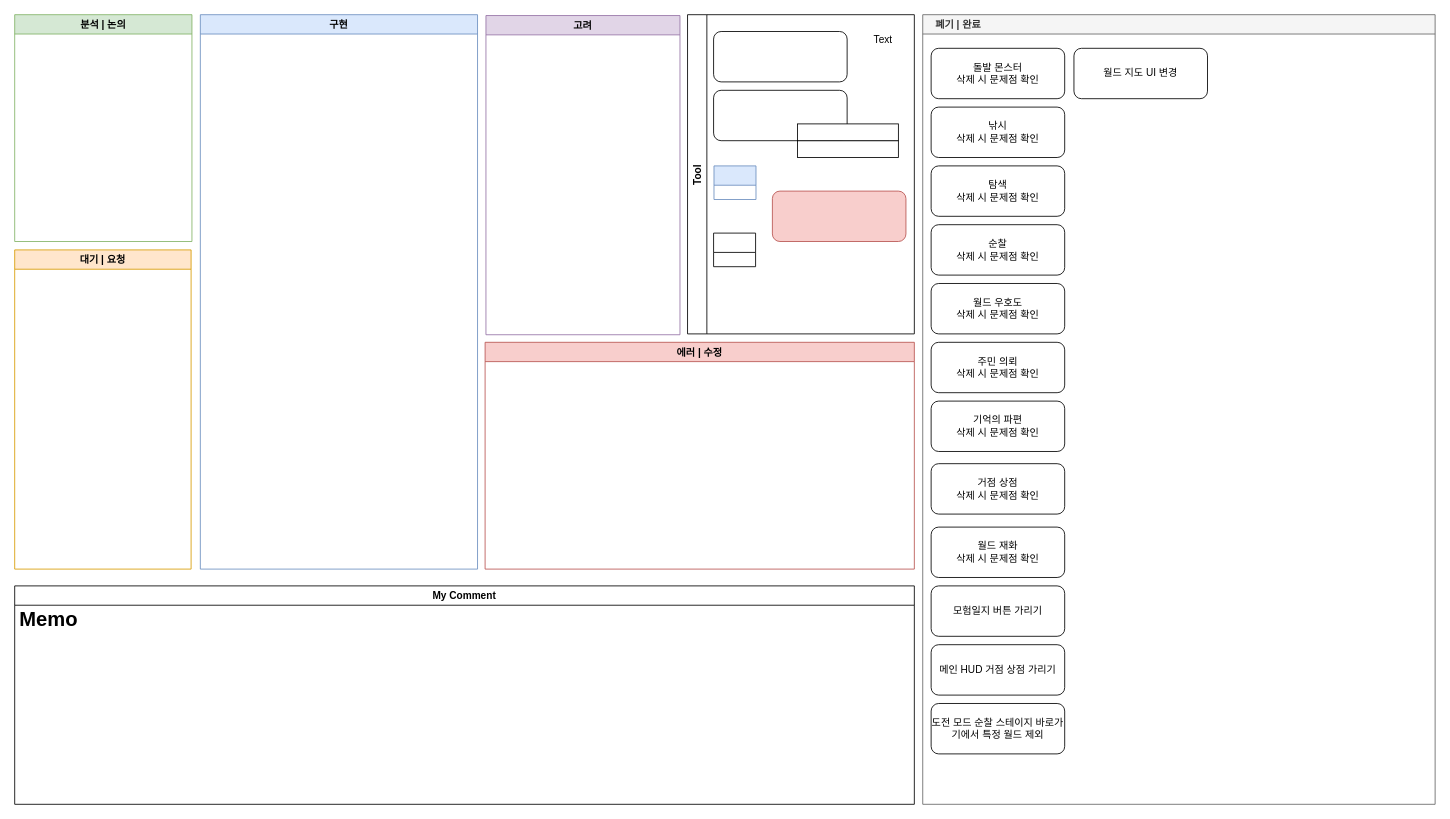
Above: 배율 낚시 기능 추가.drawio in Endorr/Job-Board (draw.io), before the change. Source tidied: cells renumbered, new cells numbered last; positions are measured from the earlier drawing's top-left corner, leaving out a move shared by most shapes. Both pictures are drawn from the tidied source at 84%, with x=0, y=0 at pixel (14, 14).
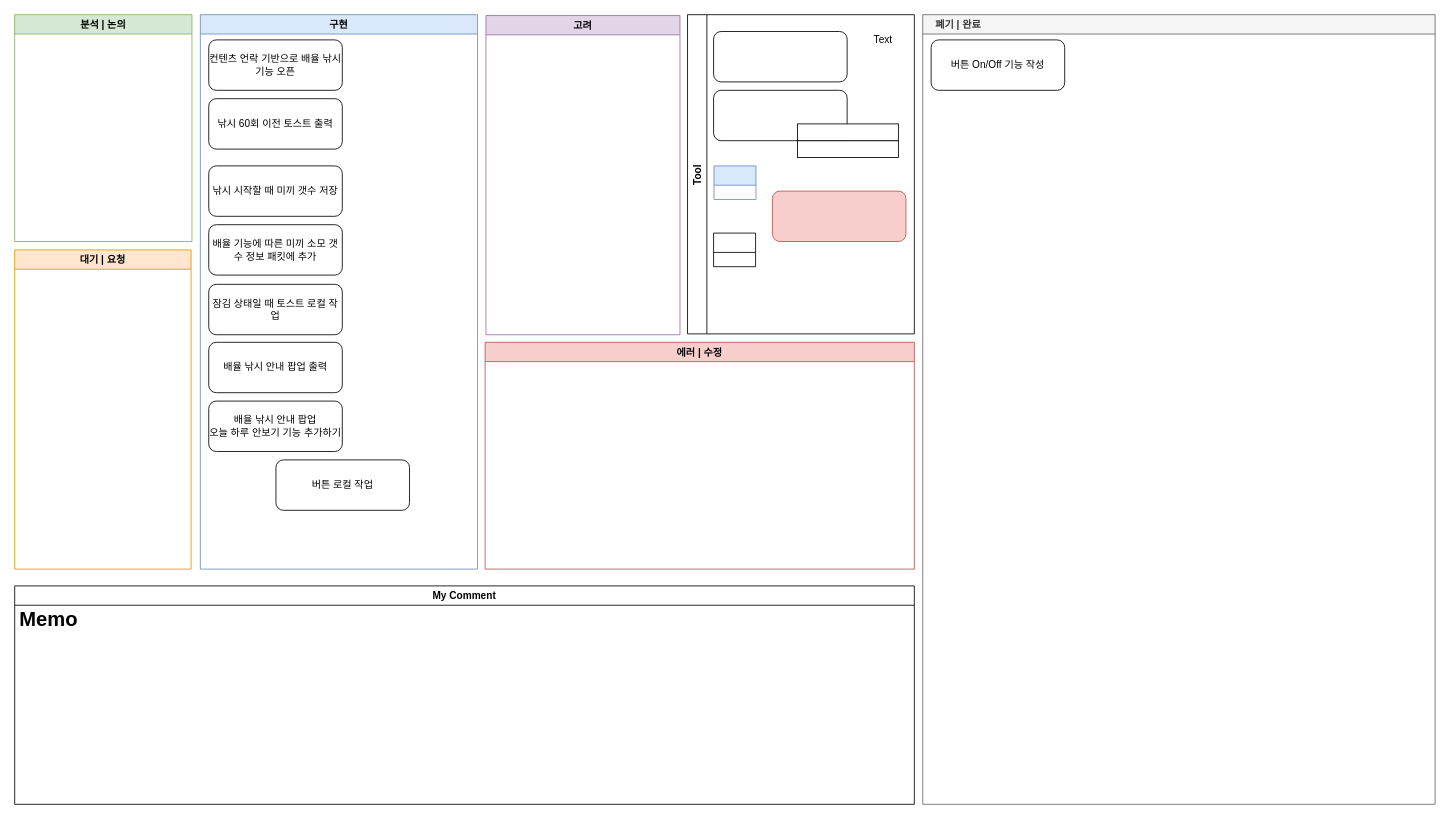
After the change.

Commit message:
배율 낚시 기능 추가.drawio 업데이트

The change refers to these unchanged cells:
```xml
<mxCell id="2" value="구현" style="swimlane;fillColor=#dae8fc;strokeColor=#6c8ebf;" parent="1" vertex="1">
  <mxGeometry x="221" width="330" height="660" as="geometry" />
</mxCell>
<mxCell id="7" value="    폐기 | 완료" style="swimlane;strokeColor=#666666;fillColor=#f5f5f5;fontColor=#333333;align=left;" parent="1" vertex="1">
  <mxGeometry x="1081" width="610" height="940" as="geometry" />
</mxCell>
```

What changed in the source:
```diff
@@
+    <mxCell id="8" value="컨텐츠 언락 기반으로 배율 낚시 기능 오픈" style="rounded=1;whiteSpace=wrap;html=1;" parent="2" vertex="1">
+      <mxGeometry x="10" y="30" width="159" height="60" as="geometry" />
+    </mxCell>
+    <mxCell id="9" value="낚시 60회 이전 토스트 출력" style="rounded=1;whiteSpace=wrap;html=1;" parent="2" vertex="1">
+      <mxGeometry x="10" y="100" width="159" height="60" as="geometry" />
+    </mxCell>
+    <mxCell id="33" value="낚시 시작할 때 미끼 갯수 저장" style="rounded=1;whiteSpace=wrap;html=1;" parent="2" vertex="1">
+      <mxGeometry x="10" y="180" width="159" height="60" as="geometry" />
+    </mxCell>
+    <mxCell id="34" value="배율 기능에 따른 미끼 소모 갯수 정보 패킷에 추가" style="rounded=1;whiteSpace=wrap;html=1;" parent="2" vertex="1">
+      <mxGeometry x="10" y="250" width="159" height="60" as="geometry" />
+    </mxCell>
+    <mxCell id="35" value="잠김 상태일 때 토스트 로컬 작업" style="rounded=1;whiteSpace=wrap;html=1;" parent="2" vertex="1">
+      <mxGeometry x="10" y="321" width="159" height="60" as="geometry" />
+    </mxCell>
+    <mxCell id="36" value="배율 낚시 안내 팝업 출력" style="rounded=1;whiteSpace=wrap;html=1;" parent="2" vertex="1">
+      <mxGeometry x="10" y="390" width="159" height="60" as="geometry" />
+    </mxCell>
+    <mxCell id="37" value="배율 낚시 안내 팝업&lt;br&gt;오늘 하루 안보기 기능 추가하기" style="rounded=1;whiteSpace=wrap;html=1;" parent="2" vertex="1">
+      <mxGeometry x="10" y="460" width="159" height="60" as="geometry" />
+    </mxCell>
+    <mxCell id="38" value="버튼 로컬 작업" style="rounded=1;whiteSpace=wrap;html=1;" parent="2" vertex="1">
+      <mxGeometry x="90" y="530" width="159" height="60" as="geometry" />
+    </mxCell>
@@
-    <mxCell id="8" value="돌발 몬스터&lt;br&gt;삭제 시 문제점 확인" style="rounded=1;whiteSpace=wrap;html=1;" parent="7" vertex="1">
-      <mxGeometry x="10" y="40" width="159" height="60" as="geometry" />
-    </mxCell>
-    <mxCell id="9" value="낚시&lt;br&gt;삭제 시 문제점 확인" style="rounded=1;whiteSpace=wrap;html=1;" parent="7" vertex="1">
-      <mxGeometry x="10" y="110" width="159" height="60" as="geometry" />
-    </mxCell>
-    <mxCell id="10" value="탐색&lt;br&gt;삭제 시 문제점 확인" style="rounded=1;whiteSpace=wrap;html=1;" parent="7" vertex="1">
-      <mxGeometry x="10" y="180" width="159" height="60" as="geometry" />
-    </mxCell>
-    <mxCell id="11" value="순찰&lt;br&gt;삭제 시 문제점 확인" style="rounded=1;whiteSpace=wrap;html=1;" parent="7" vertex="1">
-      <mxGeometry x="10" y="250" width="159" height="60" as="geometry" />
-    </mxCell>
-    <mxCell id="12" value="월드 우호도&lt;br&gt;삭제 시 문제점 확인" style="rounded=1;whiteSpace=wrap;html=1;" parent="7" vertex="1">
-      <mxGeometry x="10" y="320" width="159" height="60" as="geometry" />
-    </mxCell>
-    <mxCell id="13" value="주민 의뢰&lt;br&gt;삭제 시 문제점 확인" style="rounded=1;whiteSpace=wrap;html=1;" parent="7" vertex="1">
-      <mxGeometry x="10" y="390" width="159" height="60" as="geometry" />
-    </mxCell>
-    <mxCell id="14" value="기억의 파편&lt;br&gt;삭제 시 문제점 확인" style="rounded=1;whiteSpace=wrap;html=1;" parent="7" vertex="1">
-      <mxGeometry x="10" y="460" width="159" height="60" as="geometry" />
-    </mxCell>
-    <mxCell id="15" value="거점 상점&lt;br&gt;삭제 시 문제점 확인" style="rounded=1;whiteSpace=wrap;html=1;" parent="7" vertex="1">
-      <mxGeometry x="10" y="534.5" width="159" height="60" as="geometry" />
-    </mxCell>
-    <mxCell id="16" value="월드 재화&lt;br&gt;삭제 시 문제점 확인" style="rounded=1;whiteSpace=wrap;html=1;" parent="7" vertex="1">
-      <mxGeometry x="10" y="610" width="159" height="60" as="geometry" />
-    </mxCell>
-    <mxCell id="17" value="모험일지 버튼 가리기" style="rounded=1;whiteSpace=wrap;html=1;" parent="7" vertex="1">
-      <mxGeometry x="10" y="680" width="159" height="60" as="geometry" />
-    </mxCell>
-    <mxCell id="18" value="메인 HUD 거점 상점 가리기" style="rounded=1;whiteSpace=wrap;html=1;" parent="7" vertex="1">
-      <mxGeometry x="10" y="750" width="159" height="60" as="geometry" />
-    </mxCell>
-    <mxCell id="19" value="도전 모드 순찰 스테이지 바로가기에서 특정 월드 제외" style="rounded=1;whiteSpace=wrap;html=1;" parent="7" vertex="1">
-      <mxGeometry x="10" y="820" width="159" height="60" as="geometry" />
-    </mxCell>
-    <mxCell id="20" value="월드 지도 UI 변경" style="rounded=1;whiteSpace=wrap;html=1;" parent="7" vertex="1">
-      <mxGeometry x="180" y="40" width="159" height="60" as="geometry" />
-    </mxCell>
+    <mxCell id="39" value="버튼 On/Off 기능 작성" style="rounded=1;whiteSpace=wrap;html=1;" parent="7" vertex="1">
+      <mxGeometry x="10" y="30" width="159" height="60" as="geometry" />
+    </mxCell>
```
